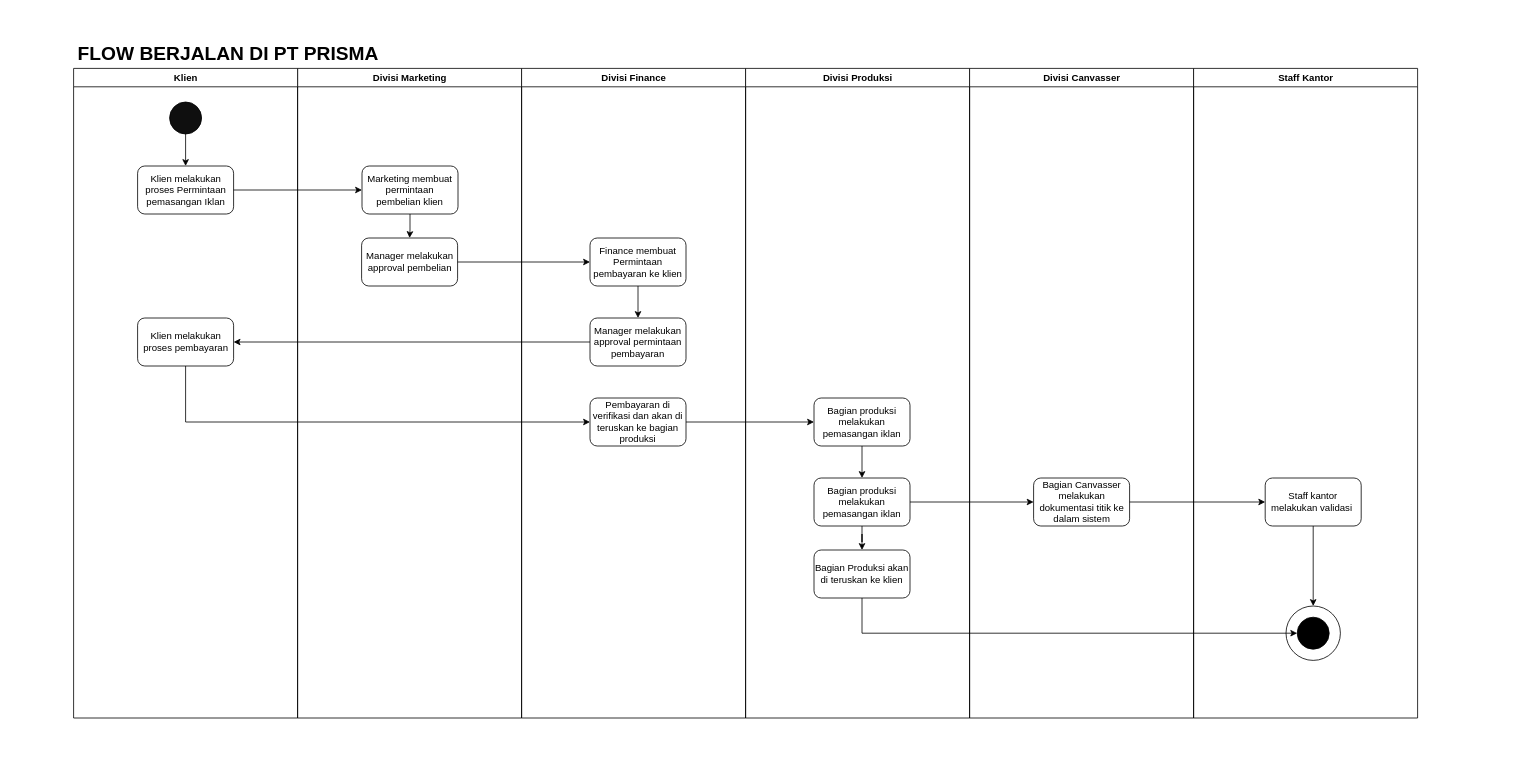
Before: Activity Diagram Company.drawio in irwanmaulana42/google-collab, a draw.io diagram. Source tidied: cells renumbered, new cells numbered last; positions are measured from the earlier drawing's top-left corner, leaving out a move shared by most shapes. Both pictures are drawn from the tidied source at 80%, with x=0, y=0 at pixel (73, 38).
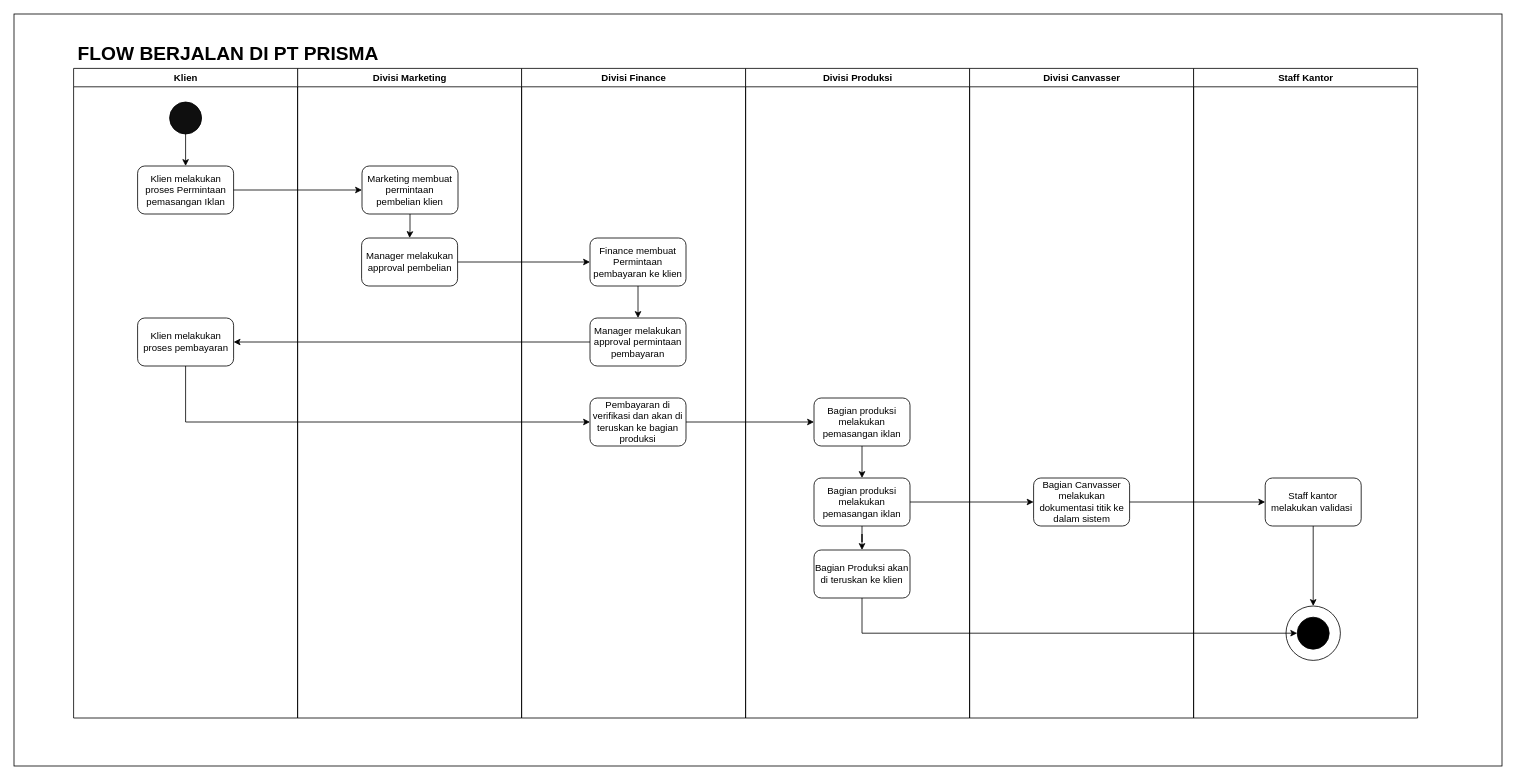
The same diagram, later.

What changed in the source:
```diff
@@
+    <mxCell id="38" style="rounded=0;whiteSpace=wrap;html=1;labelBorderColor=#FFFFFF;sketch=0;fontSize=14;fillColor=none;" parent="1" vertex="1">
+      <mxGeometry x="-74" y="-30" width="1860" height="940" as="geometry" />
+    </mxCell>
```
